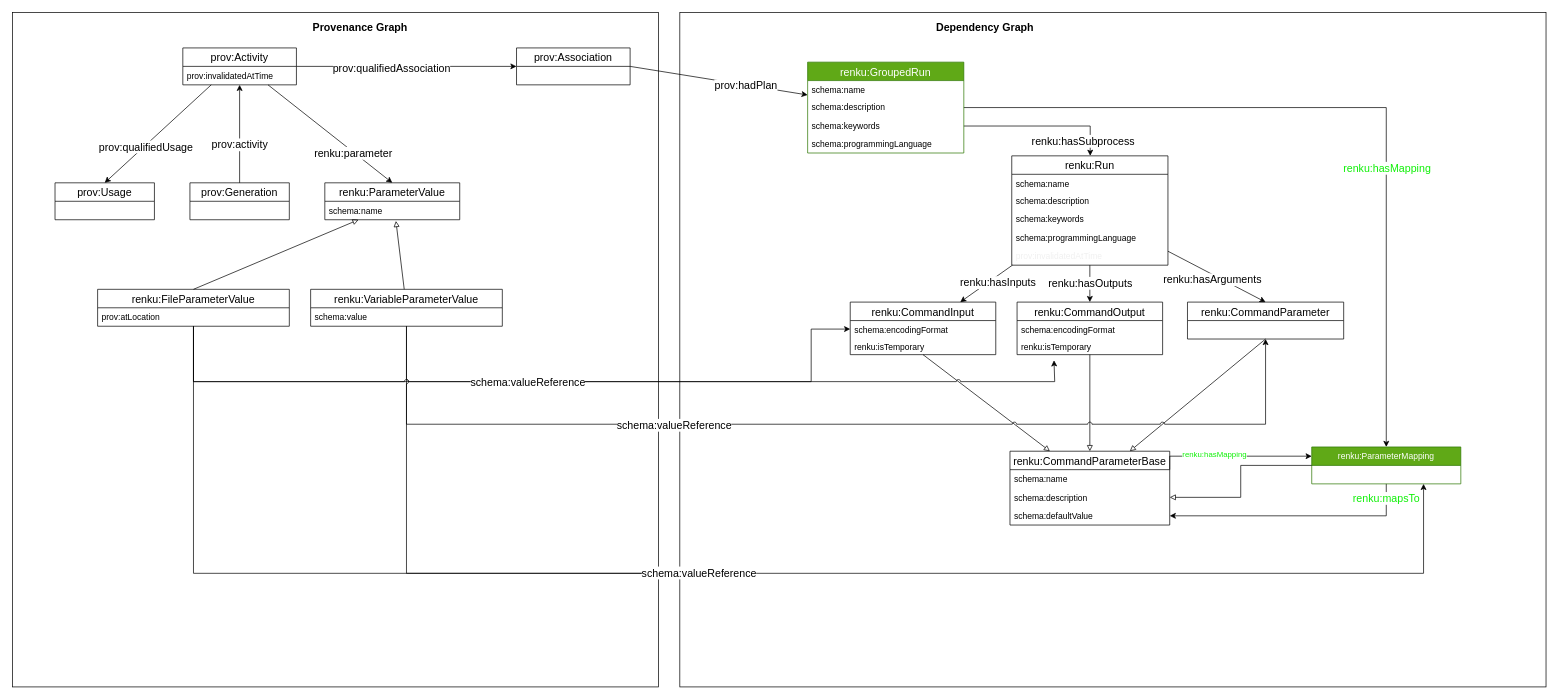
This is design/001-new-workflow-commands/grouped-run-metadata.drawio from SwissDataScienceCenter/renku-python, a draw.io file, before an edit. Source tidied: cells renumbered, new cells numbered last; positions are measured from the earlier drawing's top-left corner, leaving out a move shared by most shapes. Both pictures are drawn from the tidied source at 71%, with x=0, y=0 at pixel (12, 12).
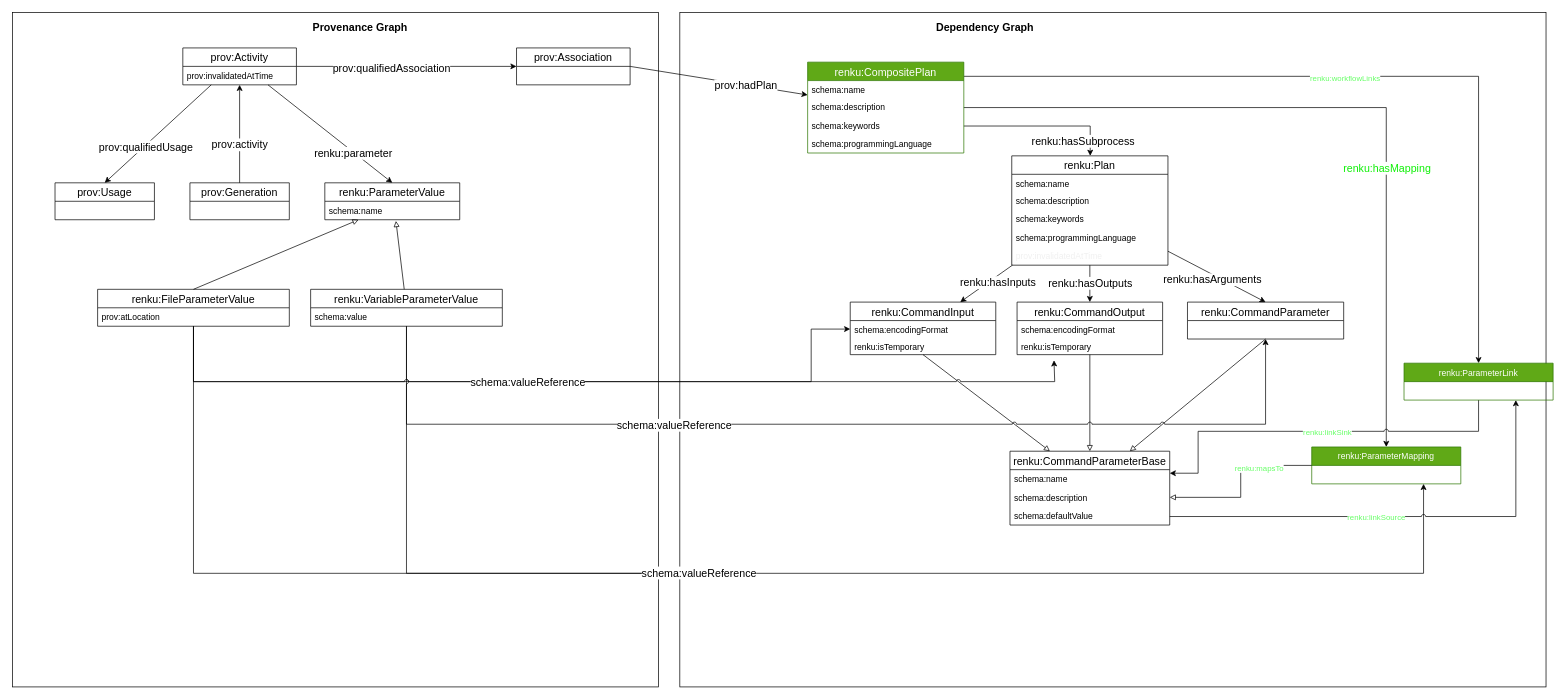
After the change.

Unchanged cells that the change refers to:
```xml
<mxCell id="50" value="renku:CommandParameterBase" style="swimlane;fontStyle=0;horizontal=1;startSize=26;fillColor=none;fontSize=15;" parent="1" vertex="1">
  <mxGeometry x="1405" y="618" width="225" height="104" as="geometry" />
</mxCell>
<mxCell id="51" value="schema:name" style="text;strokeColor=none;fillColor=none;align=left;verticalAlign=top;spacingLeft=4;spacingRight=4;overflow=hidden;points=[[0,0.5],[1,0.5]];portConstraint=eastwest;" parent="50" vertex="1">
  <mxGeometry y="26" width="225" height="26" as="geometry" />
</mxCell>
<mxCell id="53" value="schema:defaultValue" style="text;strokeColor=none;fillColor=none;align=left;verticalAlign=top;spacingLeft=4;spacingRight=4;overflow=hidden;points=[[0,0.5],[1,0.5]];portConstraint=eastwest;" parent="50" vertex="1">
  <mxGeometry y="78" width="225" height="26" as="geometry" />
</mxCell>
<mxCell id="73" value="renku:ParameterMapping" style="swimlane;fontStyle=0;horizontal=1;startSize=26;fillColor=#60a917;strokeColor=#2D7600;fontColor=#ffffff;" parent="1" vertex="1">
  <mxGeometry x="1830" y="612" width="210" height="52" as="geometry" />
</mxCell>
<mxCell id="74" style="edgeStyle=orthogonalEdgeStyle;rounded=0;jettySize=auto;html=1;entryX=0;entryY=0.5;entryDx=0;entryDy=0;endArrow=none;endFill=0;startArrow=block;startFill=0;" parent="1" edge="1" source="52" target="73">
  <mxGeometry relative="1" as="geometry" />
</mxCell>
```

What changed in the source:
```diff
@@
-    <mxCell id="28" value="renku:Run" style="swimlane;fontStyle=0;horizontal=1;startSize=26;fillColor=none;fontSize=15;" parent="1" vertex="1">
+    <mxCell id="28" value="renku:Plan" style="swimlane;fontStyle=0;horizontal=1;startSize=26;fillColor=none;fontSize=15;" parent="1" vertex="1">
       <mxGeometry x="1407.5" y="202" width="220" height="154" as="geometry" />
     </mxCell>
@@
-    <mxCell id="48" style="edgeStyle=orthogonalEdgeStyle;rounded=0;jettySize=auto;html=1;exitX=1;exitY=0.25;exitDx=0;exitDy=0;entryX=0;entryY=0.25;entryDx=0;entryDy=0;" parent="1" edge="1" source="50" target="73">
-      <mxGeometry relative="1" as="geometry">
-        <Array as="points">
-          <mxPoint x="1630" y="625" />
-        </Array>
-      </mxGeometry>
-    </mxCell>
-    <mxCell id="49" value="renku:hasMapping" style="edgeLabel;html=1;align=center;verticalAlign=middle;fontColor=#0FF007;" parent="48" vertex="1">
-      <mxGeometry x="-0.29" y="-3" relative="1" as="geometry">
-        <mxPoint x="3" y="-6" as="offset" />
-      </mxGeometry>
-    </mxCell>
+    <mxCell id="78" style="edgeStyle=orthogonalEdgeStyle;rounded=0;jumpStyle=arc;jettySize=auto;html=1;entryX=0.75;entryY=1;entryDx=0;entryDy=0;" parent="1" edge="1" source="50" target="84">
+      <mxGeometry relative="1" as="geometry">
+        <Array as="points">
+          <mxPoint x="2118" y="710" />
+        </Array>
+      </mxGeometry>
+    </mxCell>
+    <mxCell id="79" value="renku:linkSource" style="edgeLabel;html=1;align=center;verticalAlign=middle;fontColor=#66FF66;" parent="78" vertex="1">
+      <mxGeometry x="-0.11" y="-1" relative="1" as="geometry" />
+    </mxCell>
@@
+    <mxCell id="80" style="edgeStyle=orthogonalEdgeStyle;rounded=0;jumpStyle=arc;jettySize=auto;html=1;entryX=0.5;entryY=0;entryDx=0;entryDy=0;fontColor=#66FF66;" parent="1" edge="1" source="66" target="84">
+      <mxGeometry relative="1" as="geometry">
+        <Array as="points">
+          <mxPoint x="2065" y="90" />
+        </Array>
+      </mxGeometry>
+    </mxCell>
+    <mxCell id="81" value="renku:workflowLinks" style="edgeLabel;html=1;align=center;verticalAlign=middle;fontColor=#66FF66;" parent="80" vertex="1">
+      <mxGeometry x="-0.05" y="-2" relative="1" as="geometry" />
+    </mxCell>
-    <mxCell id="66" value="renku:GroupedRun" style="swimlane;fontStyle=0;horizontal=1;startSize=26;fillColor=#60a917;fontSize=15;strokeColor=#2D7600;fontColor=#ffffff;" parent="1" vertex="1">
+    <mxCell id="66" value="renku:CompositePlan" style="swimlane;fontStyle=0;horizontal=1;startSize=26;fillColor=#60a917;fontSize=15;strokeColor=#2D7600;fontColor=#ffffff;" parent="1" vertex="1">
       <mxGeometry x="1120" y="70" width="220" height="128" as="geometry" />
     </mxCell>
@@
-    <mxCell id="71" style="edgeStyle=orthogonalEdgeStyle;rounded=0;jettySize=auto;html=1;startArrow=none;startFill=0;endArrow=classic;endFill=1;" parent="1" edge="1" source="73" target="53">
-      <mxGeometry relative="1" as="geometry" />
-    </mxCell>
-    <mxCell id="72" value="renku:mapsTo" style="edgeLabel;html=1;align=center;verticalAlign=middle;fontColor=#0FF007;fontSize=15;" parent="71" vertex="1">
-      <mxGeometry x="-0.35" relative="1" as="geometry">
-        <mxPoint x="68" y="-26" as="offset" />
-      </mxGeometry>
-    </mxCell>
@@
+    <mxCell id="72" value="renku:mapsTo" style="edgeLabel;html=1;align=center;verticalAlign=middle;fontColor=#66FF66;" parent="74" vertex="1">
+      <mxGeometry x="0.39" y="-3" relative="1" as="geometry" />
+    </mxCell>
@@
+    <mxCell id="82" style="edgeStyle=orthogonalEdgeStyle;rounded=0;jettySize=auto;html=1;entryX=1;entryY=0.192;entryDx=0;entryDy=0;entryPerimeter=0;jumpStyle=arc;" parent="1" edge="1" source="84" target="51">
+      <mxGeometry relative="1" as="geometry">
+        <Array as="points">
+          <mxPoint x="2065" y="590" />
+          <mxPoint x="1670" y="590" />
+          <mxPoint x="1670" y="649" />
+        </Array>
+      </mxGeometry>
+    </mxCell>
+    <mxCell id="83" value="renku:linkSink" style="edgeLabel;html=1;align=center;verticalAlign=middle;fontColor=#66FF66;" parent="82" vertex="1">
+      <mxGeometry x="-0.04" y="1" relative="1" as="geometry" />
+    </mxCell>
+    <mxCell id="84" value="renku:ParameterLink" style="swimlane;fontStyle=0;horizontal=1;startSize=26;fillColor=#60a917;strokeColor=#2D7600;fontColor=#ffffff;" parent="1" vertex="1">
+      <mxGeometry x="1960" y="494" width="210" height="52" as="geometry" />
+    </mxCell>
```
